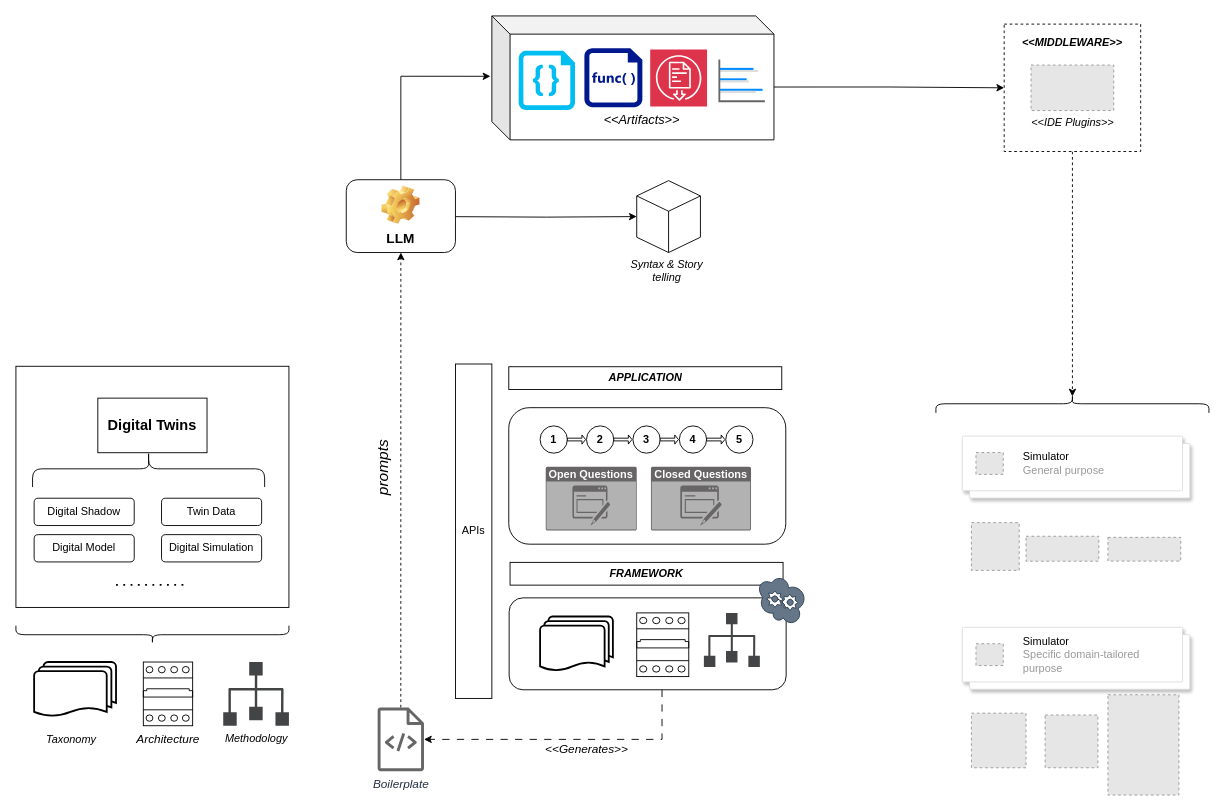
Before: drawio/mams/dd-twins/DDTwins_Architecture.drawio in scrodrig/Diagrams, a draw.io diagram. Source tidied: cells renumbered, new cells numbered last; positions are measured from the earlier drawing's top-left corner, leaving out a move shared by most shapes. Both pictures are drawn from the tidied source at 91%, with x=0, y=0 at pixel (15, 15). Pictures stored in the file or linked from it are replaced by grey dashed boxes.
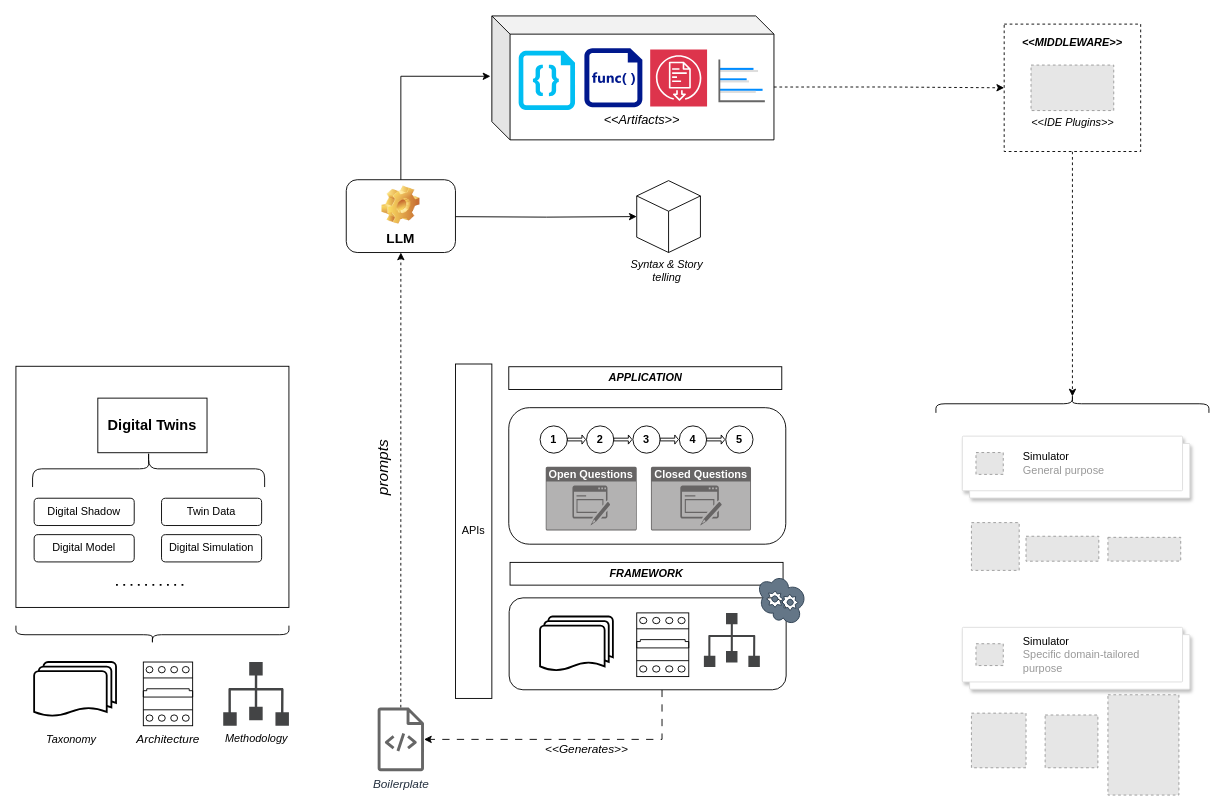
After the change.

The change refers to these unchanged cells:
```xml
<mxCell id="46" value="&lt;i&gt;&lt;br&gt;&lt;br&gt;&lt;br&gt;&lt;br&gt;&lt;br&gt;&lt;font style=&quot;font-size: 14px;&quot;&gt;&amp;lt;&amp;lt;Artifacts&amp;gt;&amp;gt;&lt;/font&gt;&lt;/i&gt;" style="shape=cube;whiteSpace=wrap;html=1;boundedLbl=1;backgroundOutline=1;darkOpacity=0.05;darkOpacity2=0.1;" parent="45" vertex="1">
  <mxGeometry width="310" height="136.2" as="geometry" />
</mxCell>
<mxCell id="66" value="&lt;b&gt;&lt;i&gt;&amp;lt;&amp;lt;MIDDLEWARE&amp;gt;&amp;gt;&lt;/i&gt;&lt;/b&gt;&lt;div&gt;&lt;b&gt;&lt;br&gt;&lt;/b&gt;&lt;/div&gt;&lt;div&gt;&lt;b&gt;&lt;br&gt;&lt;/b&gt;&lt;/div&gt;&lt;div&gt;&lt;br&gt;&lt;/div&gt;&lt;div&gt;&lt;b&gt;&lt;br&gt;&lt;/b&gt;&lt;/div&gt;&lt;div&gt;&lt;b&gt;&lt;br&gt;&lt;/b&gt;&lt;/div&gt;&lt;div&gt;&lt;b&gt;&lt;br&gt;&lt;/b&gt;&lt;/div&gt;&lt;div&gt;&lt;b&gt;&lt;br&gt;&lt;/b&gt;&lt;/div&gt;" style="rounded=0;whiteSpace=wrap;html=1;dashed=1;" parent="65" vertex="1">
  <mxGeometry width="150" height="140" as="geometry" />
</mxCell>
```

Change to the diagram source:
```diff
@@
-    <mxCell id="68" style="edgeStyle=orthogonalEdgeStyle;rounded=0;jettySize=auto;html=1;exitX=0;exitY=0;exitDx=310;exitDy=78.125;exitPerimeter=0;entryX=0;entryY=0.5;entryDx=0;entryDy=0;" parent="1" edge="1" source="46" target="66">
+    <mxCell id="68" style="edgeStyle=orthogonalEdgeStyle;rounded=0;jettySize=auto;html=1;exitX=0;exitY=0;exitDx=310;exitDy=78.125;exitPerimeter=0;entryX=0;entryY=0.5;entryDx=0;entryDy=0;dashed=1;" parent="1" edge="1" source="46" target="66">
       <mxGeometry relative="1" as="geometry" />
     </mxCell>
```
